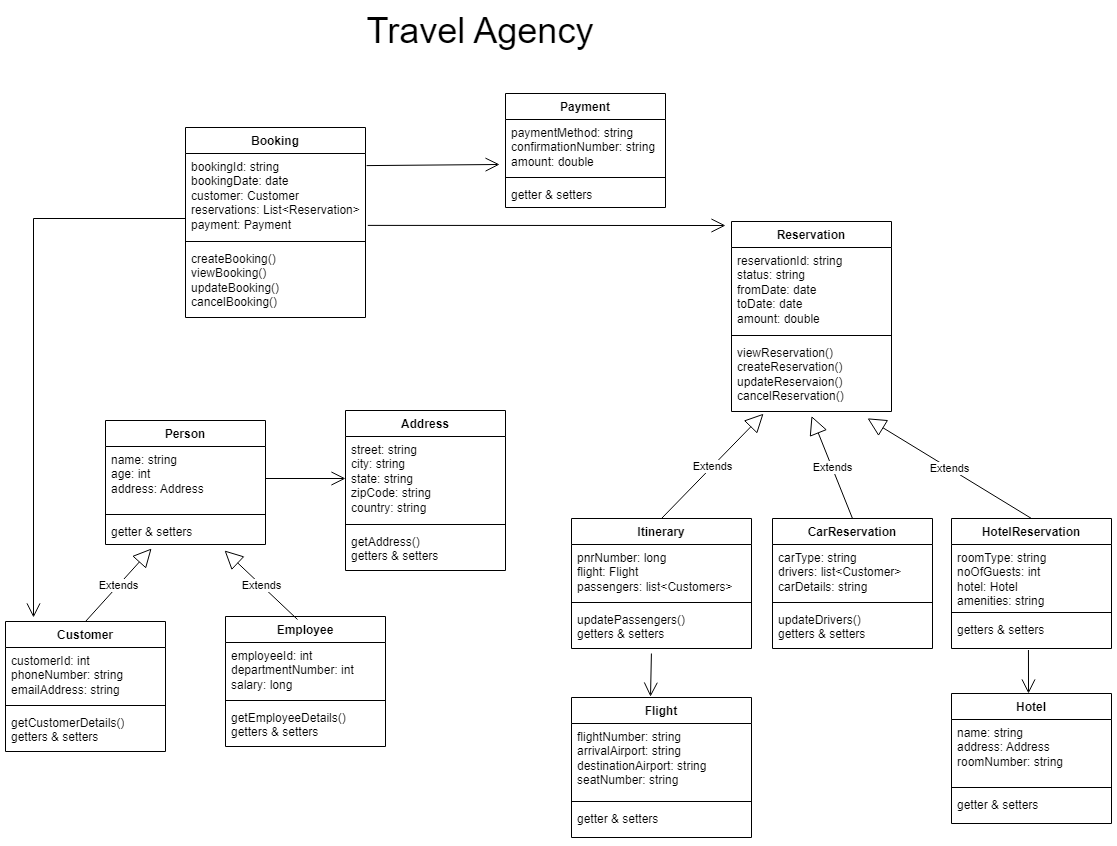
This is TravelAgency.drawio.png from saranyag-solvd/Task-2-HW, a draw.io export, as it was before one commit. Source tidied: cells renumbered, new cells last; positions are measured from the earlier drawing's top-left corner, leaving out a move shared by most shapes.
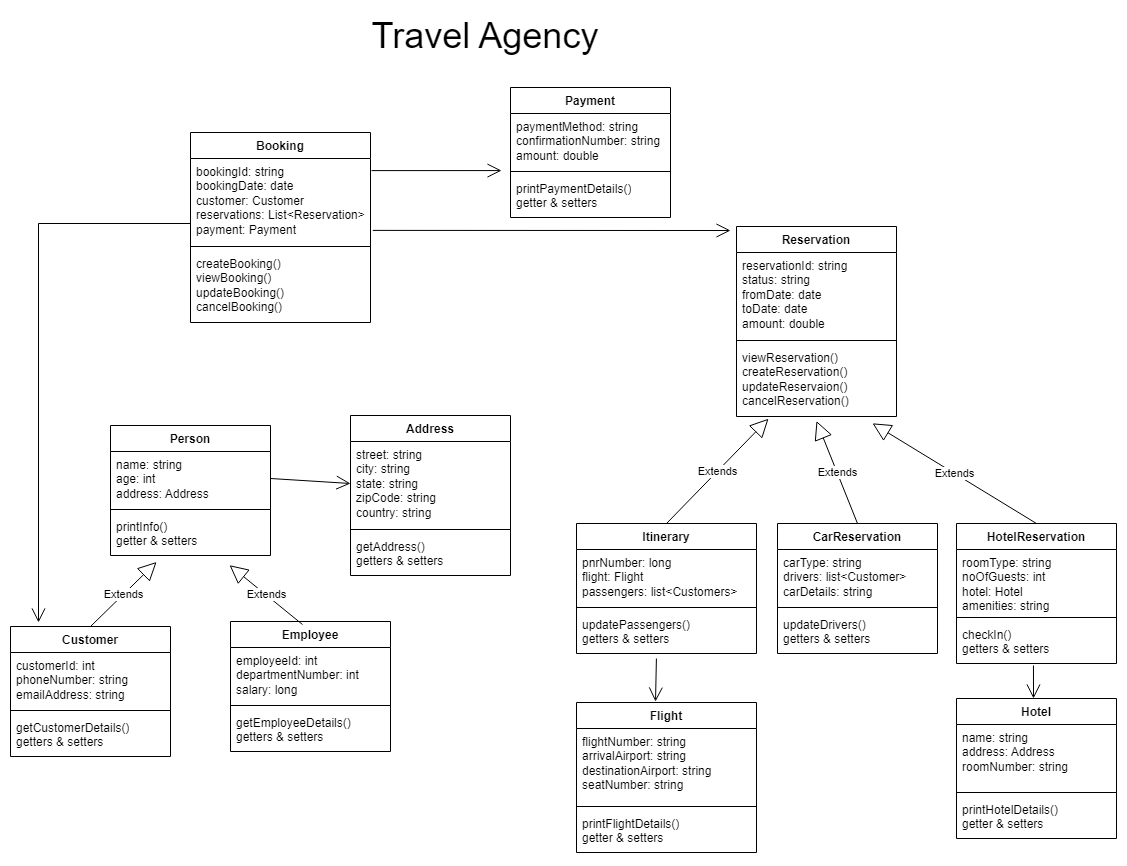
The same diagram one commit later.

Commit message:
Updated class diagram

What changed in the source:
```diff
@@ -3,16 +3,16 @@
     <mxCell id="0" />
     <mxCell id="1" parent="0" />
     <mxCell id="2" value="Person" style="swimlane;fontStyle=1;align=center;verticalAlign=top;horizontal=1;startSize=26;whiteSpace=wrap;html=1;" parent="1" vertex="1">
-      <mxGeometry x="100" y="415" width="160" height="124" as="geometry" />
+      <mxGeometry x="100" y="415" width="160" height="130" as="geometry" />
     </mxCell>
     <mxCell id="3" value="name: string&lt;br&gt;age: int&lt;br&gt;address: Address" style="text;strokeColor=none;fillColor=none;align=left;verticalAlign=top;spacingLeft=4;spacingRight=4;overflow=hidden;points=[[0,0.5],[1,0.5]];portConstraint=eastwest;whiteSpace=wrap;html=1;" parent="2" vertex="1">
-      <mxGeometry y="26" width="160" height="64" as="geometry" />
+      <mxGeometry y="26" width="160" height="54" as="geometry" />
     </mxCell>
     <mxCell id="4" style="line;strokeWidth=1;fillColor=none;align=left;verticalAlign=middle;spacingTop=-1;spacingLeft=3;spacingRight=3;labelPosition=right;strokeColor=inherit;" parent="2" vertex="1">
-      <mxGeometry y="90" width="160" height="8" as="geometry" />
+      <mxGeometry y="80" width="160" height="8" as="geometry" />
     </mxCell>
-    <mxCell id="5" value="getter &amp;amp; setters" style="text;strokeColor=none;fillColor=none;align=left;verticalAlign=top;spacingLeft=4;spacingRight=4;overflow=hidden;points=[[0,0.5],[1,0.5]];portConstraint=eastwest;whiteSpace=wrap;html=1;" parent="2" vertex="1">
-      <mxGeometry y="98" width="160" height="26" as="geometry" />
+    <mxCell id="5" value="printInfo()&lt;br&gt;getter &amp;amp; setters" style="text;strokeColor=none;fillColor=none;align=left;verticalAlign=top;spacingLeft=4;spacingRight=4;overflow=hidden;points=[[0,0.5],[1,0.5]];portConstraint=eastwest;whiteSpace=wrap;html=1;" parent="2" vertex="1">
+      <mxGeometry y="88" width="160" height="42" as="geometry" />
     </mxCell>
     <mxCell id="6" value="Customer" style="swimlane;fontStyle=1;align=center;verticalAlign=top;horizontal=1;startSize=26;whiteSpace=wrap;html=1;" parent="1" vertex="1">
       <mxGeometry y="616" width="160" height="130" as="geometry" />
@@ -87,7 +87,7 @@
       <mxGeometry y="118" width="160" height="72" as="geometry" />
     </mxCell>
     <mxCell id="30" value="Payment" style="swimlane;fontStyle=1;align=center;verticalAlign=top;horizontal=1;startSize=26;whiteSpace=wrap;html=1;" parent="1" vertex="1">
-      <mxGeometry x="500" y="88" width="160" height="114" as="geometry" />
+      <mxGeometry x="500" y="77" width="160" height="130" as="geometry" />
     </mxCell>
     <mxCell id="31" value="paymentMethod: string&lt;br&gt;confirmationNumber: string&lt;br&gt;amount: double" style="text;strokeColor=none;fillColor=none;align=left;verticalAlign=top;spacingLeft=4;spacingRight=4;overflow=hidden;points=[[0,0.5],[1,0.5]];portConstraint=eastwest;whiteSpace=wrap;html=1;" parent="30" vertex="1">
       <mxGeometry y="26" width="160" height="54" as="geometry" />
@@ -95,11 +95,11 @@
     <mxCell id="32" style="line;strokeWidth=1;fillColor=none;align=left;verticalAlign=middle;spacingTop=-1;spacingLeft=3;spacingRight=3;labelPosition=right;strokeColor=inherit;" parent="30" vertex="1">
       <mxGeometry y="80" width="160" height="8" as="geometry" />
     </mxCell>
-    <mxCell id="33" value="getter &amp;amp; setters" style="text;strokeColor=none;fillColor=none;align=left;verticalAlign=top;spacingLeft=4;spacingRight=4;overflow=hidden;points=[[0,0.5],[1,0.5]];portConstraint=eastwest;whiteSpace=wrap;html=1;" parent="30" vertex="1">
-      <mxGeometry y="88" width="160" height="26" as="geometry" />
+    <mxCell id="33" value="printPaymentDetails()&lt;br&gt;getter &amp;amp; setters" style="text;strokeColor=none;fillColor=none;align=left;verticalAlign=top;spacingLeft=4;spacingRight=4;overflow=hidden;points=[[0,0.5],[1,0.5]];portConstraint=eastwest;whiteSpace=wrap;html=1;" parent="30" vertex="1">
+      <mxGeometry y="88" width="160" height="42" as="geometry" />
     </mxCell>
     <mxCell id="34" value="Flight" style="swimlane;fontStyle=1;align=center;verticalAlign=top;horizontal=1;startSize=26;whiteSpace=wrap;html=1;" parent="1" vertex="1">
-      <mxGeometry x="566" y="692" width="180" height="140" as="geometry" />
+      <mxGeometry x="566" y="692" width="180" height="150" as="geometry" />
     </mxCell>
     <mxCell id="35" value="flightNumber: string&lt;br&gt;arrivalAirport: string&lt;br&gt;destinationAirport: string&lt;br&gt;seatNumber: string" style="text;strokeColor=none;fillColor=none;align=left;verticalAlign=top;spacingLeft=4;spacingRight=4;overflow=hidden;whiteSpace=wrap;html=1;" parent="34" vertex="1">
       <mxGeometry y="26" width="180" height="74" as="geometry" />
@@ -107,8 +107,8 @@
     <mxCell id="36" style="line;strokeWidth=1;fillColor=none;align=left;verticalAlign=middle;spacingTop=-1;spacingLeft=3;spacingRight=3;labelPosition=right;strokeColor=inherit;" parent="34" vertex="1">
       <mxGeometry y="100" width="180" height="8" as="geometry" />
     </mxCell>
-    <mxCell id="37" value="getter &amp;amp; setters" style="text;strokeColor=none;fillColor=none;align=left;verticalAlign=top;spacingLeft=4;spacingRight=4;overflow=hidden;whiteSpace=wrap;html=1;" parent="34" vertex="1">
-      <mxGeometry y="108" width="180" height="32" as="geometry" />
+    <mxCell id="37" value="printFlightDetails()&lt;br&gt;getter &amp;amp; setters" style="text;strokeColor=none;fillColor=none;align=left;verticalAlign=top;spacingLeft=4;spacingRight=4;overflow=hidden;whiteSpace=wrap;html=1;" parent="34" vertex="1">
+      <mxGeometry y="108" width="180" height="42" as="geometry" />
     </mxCell>
     <mxCell id="38" value="CarReservation" style="swimlane;fontStyle=1;align=center;verticalAlign=top;horizontal=1;startSize=26;whiteSpace=wrap;html=1;" parent="1" vertex="1">
       <mxGeometry x="767" y="513" width="160" height="130" as="geometry" />
@@ -123,7 +123,7 @@
       <mxGeometry y="88" width="160" height="42" as="geometry" />
     </mxCell>
     <mxCell id="42" value="HotelReservation" style="swimlane;fontStyle=1;align=center;verticalAlign=top;horizontal=1;startSize=26;whiteSpace=wrap;html=1;" parent="1" vertex="1">
-      <mxGeometry x="946" y="513" width="160" height="130" as="geometry" />
+      <mxGeometry x="946" y="513" width="160" height="140" as="geometry" />
     </mxCell>
     <mxCell id="43" value="roomType: string&lt;br&gt;noOfGuests: int&lt;br&gt;hotel: Hotel&lt;br&gt;amenities: string" style="text;strokeColor=none;fillColor=none;align=left;verticalAlign=top;spacingLeft=4;spacingRight=4;overflow=hidden;whiteSpace=wrap;html=1;" parent="42" vertex="1">
       <mxGeometry y="26" width="160" height="64" as="geometry" />
@@ -131,11 +131,11 @@
     <mxCell id="44" style="line;strokeWidth=1;fillColor=none;align=left;verticalAlign=middle;spacingTop=-1;spacingLeft=3;spacingRight=3;labelPosition=right;strokeColor=inherit;" parent="42" vertex="1">
       <mxGeometry y="90" width="160" height="8" as="geometry" />
     </mxCell>
-    <mxCell id="45" value="getters &amp;amp; setters" style="text;strokeColor=none;fillColor=none;align=left;verticalAlign=top;spacingLeft=4;spacingRight=4;overflow=hidden;points=[[0,0.5],[1,0.5]];portConstraint=eastwest;whiteSpace=wrap;html=1;" parent="42" vertex="1">
-      <mxGeometry y="98" width="160" height="32" as="geometry" />
+    <mxCell id="45" value="checkIn()&lt;br&gt;getters &amp;amp; setters" style="text;strokeColor=none;fillColor=none;align=left;verticalAlign=top;spacingLeft=4;spacingRight=4;overflow=hidden;points=[[0,0.5],[1,0.5]];portConstraint=eastwest;whiteSpace=wrap;html=1;" parent="42" vertex="1">
+      <mxGeometry y="98" width="160" height="42" as="geometry" />
     </mxCell>
     <mxCell id="46" value="Hotel" style="swimlane;fontStyle=1;align=center;verticalAlign=top;horizontal=1;startSize=26;whiteSpace=wrap;html=1;" parent="1" vertex="1">
-      <mxGeometry x="946" y="688" width="160" height="130" as="geometry" />
+      <mxGeometry x="946" y="688" width="160" height="140" as="geometry" />
     </mxCell>
     <mxCell id="47" value="name: string&lt;br&gt;address: Address&lt;br&gt;roomNumber: string" style="text;strokeColor=none;fillColor=none;align=left;verticalAlign=top;spacingLeft=4;spacingRight=4;overflow=hidden;whiteSpace=wrap;html=1;" parent="46" vertex="1">
       <mxGeometry y="26" width="160" height="64" as="geometry" />
@@ -143,13 +143,13 @@
     <mxCell id="48" style="line;strokeWidth=1;fillColor=none;align=left;verticalAlign=middle;spacingTop=-1;spacingLeft=3;spacingRight=3;labelPosition=right;strokeColor=inherit;" parent="46" vertex="1">
       <mxGeometry y="90" width="160" height="8" as="geometry" />
     </mxCell>
-    <mxCell id="49" value="getter &amp;amp; setters" style="text;strokeColor=none;fillColor=none;align=left;verticalAlign=top;spacingLeft=4;spacingRight=4;overflow=hidden;whiteSpace=wrap;html=1;" parent="46" vertex="1">
-      <mxGeometry y="98" width="160" height="32" as="geometry" />
+    <mxCell id="49" value="printHotelDetails()&lt;br&gt;getter &amp;amp; setters" style="text;strokeColor=none;fillColor=none;align=left;verticalAlign=top;spacingLeft=4;spacingRight=4;overflow=hidden;whiteSpace=wrap;html=1;" parent="46" vertex="1">
+      <mxGeometry y="98" width="160" height="42" as="geometry" />
     </mxCell>
     <mxCell id="50" style="endArrow=open;endFill=1;endSize=12;html=1;rounded=0;exitX=1;exitY=0.5;exitDx=0;exitDy=0;entryX=0;entryY=0.5;entryDx=0;entryDy=0;" parent="1" edge="1" source="3" target="15">
       <mxGeometry relative="1" as="geometry" />
     </mxCell>
-    <mxCell id="51" style="endArrow=open;endFill=1;endSize=12;html=1;rounded=0;exitX=1.006;exitY=0.144;exitDx=0;exitDy=0;exitPerimeter=0;entryX=-0.037;entryY=0.833;entryDx=0;entryDy=0;entryPerimeter=0;" parent="1" edge="1" source="19" target="31">
+    <mxCell id="51" style="endArrow=open;endFill=1;endSize=12;html=1;rounded=0;exitX=1.006;exitY=0.144;exitDx=0;exitDy=0;exitPerimeter=0;entryX=-0.056;entryY=-0.117;entryDx=0;entryDy=0;entryPerimeter=0;" parent="1" edge="1" source="19" target="33">
       <mxGeometry relative="1" as="geometry" />
     </mxCell>
     <mxCell id="52" style="endArrow=open;endFill=1;endSize=12;html=1;rounded=0;exitX=1.013;exitY=0.856;exitDx=0;exitDy=0;exitPerimeter=0;" parent="1" edge="1" source="19">
```
